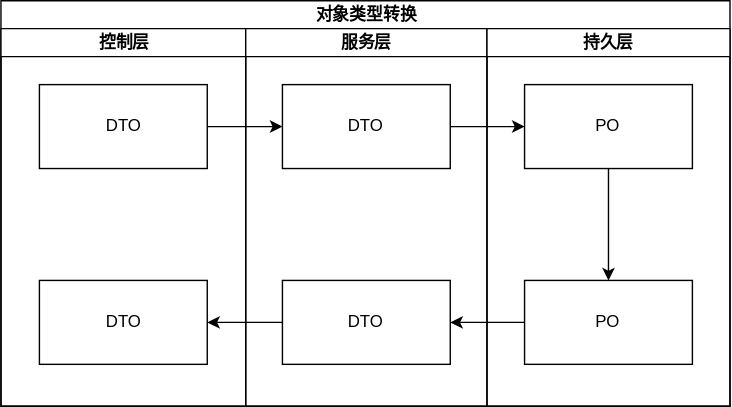
Before: README.assets/对象类型转换流程.svg, a diagram exported from draw.io (GitHubFeiLong/goudong-java). Source tidied: cells renumbered, new cells last; positions are measured from the earlier drawing's top-left corner, leaving out a move shared by most shapes.
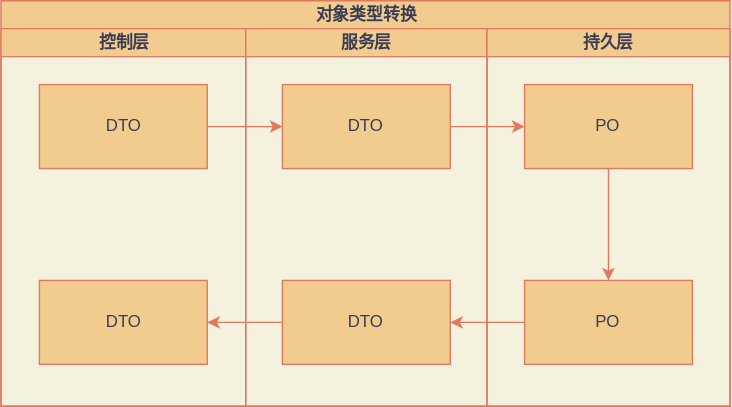
After the change.

What changed in the source:
```diff
@@ -1,50 +1,50 @@
-<mxGraphModel>
+<mxGraphModel background="#F4F1DE">
   <root>
     <mxCell id="0" />
     <mxCell id="1" parent="0" />
-    <mxCell id="2" value="对象类型转换" style="swimlane;html=1;startSize=20;" parent="1" vertex="1">
+    <mxCell id="2" value="对象类型转换" style="swimlane;html=1;startSize=20;fillColor=#F2CC8F;strokeColor=#E07A5F;fontColor=#393C56;" parent="1" vertex="1">
       <mxGeometry width="521.2" height="290" as="geometry" />
     </mxCell>
-    <mxCell id="3" value="控制层" style="swimlane;html=1;startSize=20;" parent="2" vertex="1">
+    <mxCell id="3" value="控制层" style="swimlane;html=1;startSize=20;fillColor=#F2CC8F;strokeColor=#E07A5F;fontColor=#393C56;" parent="2" vertex="1">
       <mxGeometry y="20" width="175" height="270" as="geometry" />
     </mxCell>
-    <mxCell id="4" value="DTO" style="rounded=0;whiteSpace=wrap;html=1;" parent="3" vertex="1">
+    <mxCell id="4" value="DTO" style="rounded=0;whiteSpace=wrap;html=1;fillColor=#F2CC8F;strokeColor=#E07A5F;fontColor=#393C56;" parent="3" vertex="1">
       <mxGeometry x="27.5" y="40" width="120" height="60" as="geometry" />
     </mxCell>
-    <mxCell id="5" value="DTO" style="rounded=0;whiteSpace=wrap;html=1;" parent="3" vertex="1">
+    <mxCell id="5" value="DTO" style="rounded=0;whiteSpace=wrap;html=1;fillColor=#F2CC8F;strokeColor=#E07A5F;fontColor=#393C56;" parent="3" vertex="1">
       <mxGeometry x="27.5" y="180" width="120" height="60" as="geometry" />
     </mxCell>
-    <mxCell id="6" value="服务层" style="swimlane;html=1;startSize=20;" parent="2" vertex="1">
+    <mxCell id="6" value="服务层" style="swimlane;html=1;startSize=20;fillColor=#F2CC8F;strokeColor=#E07A5F;fontColor=#393C56;" parent="2" vertex="1">
       <mxGeometry x="175" y="20" width="172.5" height="270" as="geometry" />
     </mxCell>
-    <mxCell id="7" value="DTO" style="rounded=0;whiteSpace=wrap;html=1;" parent="6" vertex="1">
+    <mxCell id="7" value="DTO" style="rounded=0;whiteSpace=wrap;html=1;fillColor=#F2CC8F;strokeColor=#E07A5F;fontColor=#393C56;" parent="6" vertex="1">
       <mxGeometry x="26.2" y="40" width="120" height="60" as="geometry" />
     </mxCell>
-    <mxCell id="8" value="DTO" style="rounded=0;whiteSpace=wrap;html=1;" parent="6" vertex="1">
+    <mxCell id="8" value="DTO" style="rounded=0;whiteSpace=wrap;html=1;fillColor=#F2CC8F;strokeColor=#E07A5F;fontColor=#393C56;" parent="6" vertex="1">
       <mxGeometry x="26.3" y="180" width="120" height="60" as="geometry" />
     </mxCell>
-    <mxCell id="9" value="持久层" style="swimlane;html=1;startSize=20;" parent="2" vertex="1">
+    <mxCell id="9" value="持久层" style="swimlane;html=1;startSize=20;fillColor=#F2CC8F;strokeColor=#E07A5F;fontColor=#393C56;" parent="2" vertex="1">
       <mxGeometry x="347.5" y="20" width="173.8" height="270" as="geometry" />
     </mxCell>
-    <mxCell id="10" style="edgeStyle=orthogonalEdgeStyle;rounded=0;jettySize=auto;html=1;" parent="9" edge="1" source="11" target="12">
+    <mxCell id="10" style="edgeStyle=orthogonalEdgeStyle;rounded=0;jettySize=auto;html=1;labelBackgroundColor=#F4F1DE;strokeColor=#E07A5F;fontColor=#393C56;" parent="9" edge="1" source="11" target="12">
       <mxGeometry relative="1" as="geometry" />
     </mxCell>
-    <mxCell id="11" value="PO" style="rounded=0;whiteSpace=wrap;html=1;" parent="9" vertex="1">
+    <mxCell id="11" value="PO" style="rounded=0;whiteSpace=wrap;html=1;fillColor=#F2CC8F;strokeColor=#E07A5F;fontColor=#393C56;" parent="9" vertex="1">
       <mxGeometry x="26.9" y="40" width="120" height="60" as="geometry" />
     </mxCell>
-    <mxCell id="12" value="PO" style="rounded=0;whiteSpace=wrap;html=1;" parent="9" vertex="1">
+    <mxCell id="12" value="PO" style="rounded=0;whiteSpace=wrap;html=1;fillColor=#F2CC8F;strokeColor=#E07A5F;fontColor=#393C56;" parent="9" vertex="1">
       <mxGeometry x="26.9" y="180" width="120" height="60" as="geometry" />
     </mxCell>
-    <mxCell id="13" style="edgeStyle=orthogonalEdgeStyle;rounded=0;jettySize=auto;html=1;" parent="2" edge="1" source="4" target="7">
+    <mxCell id="13" style="edgeStyle=orthogonalEdgeStyle;rounded=0;jettySize=auto;html=1;labelBackgroundColor=#F4F1DE;strokeColor=#E07A5F;fontColor=#393C56;" parent="2" edge="1" source="4" target="7">
       <mxGeometry relative="1" as="geometry" />
     </mxCell>
-    <mxCell id="14" style="edgeStyle=orthogonalEdgeStyle;rounded=0;jettySize=auto;html=1;" parent="2" edge="1" source="7" target="11">
+    <mxCell id="14" style="edgeStyle=orthogonalEdgeStyle;rounded=0;jettySize=auto;html=1;labelBackgroundColor=#F4F1DE;strokeColor=#E07A5F;fontColor=#393C56;" parent="2" edge="1" source="7" target="11">
       <mxGeometry relative="1" as="geometry" />
     </mxCell>
-    <mxCell id="15" style="edgeStyle=orthogonalEdgeStyle;rounded=0;jettySize=auto;html=1;" parent="2" edge="1" source="12" target="8">
+    <mxCell id="15" style="edgeStyle=orthogonalEdgeStyle;rounded=0;jettySize=auto;html=1;labelBackgroundColor=#F4F1DE;strokeColor=#E07A5F;fontColor=#393C56;" parent="2" edge="1" source="12" target="8">
       <mxGeometry relative="1" as="geometry" />
     </mxCell>
-    <mxCell id="16" style="edgeStyle=orthogonalEdgeStyle;rounded=0;jettySize=auto;html=1;" parent="2" edge="1" source="8" target="5">
+    <mxCell id="16" style="edgeStyle=orthogonalEdgeStyle;rounded=0;jettySize=auto;html=1;labelBackgroundColor=#F4F1DE;strokeColor=#E07A5F;fontColor=#393C56;" parent="2" edge="1" source="8" target="5">
       <mxGeometry relative="1" as="geometry" />
     </mxCell>
   </root>
```
